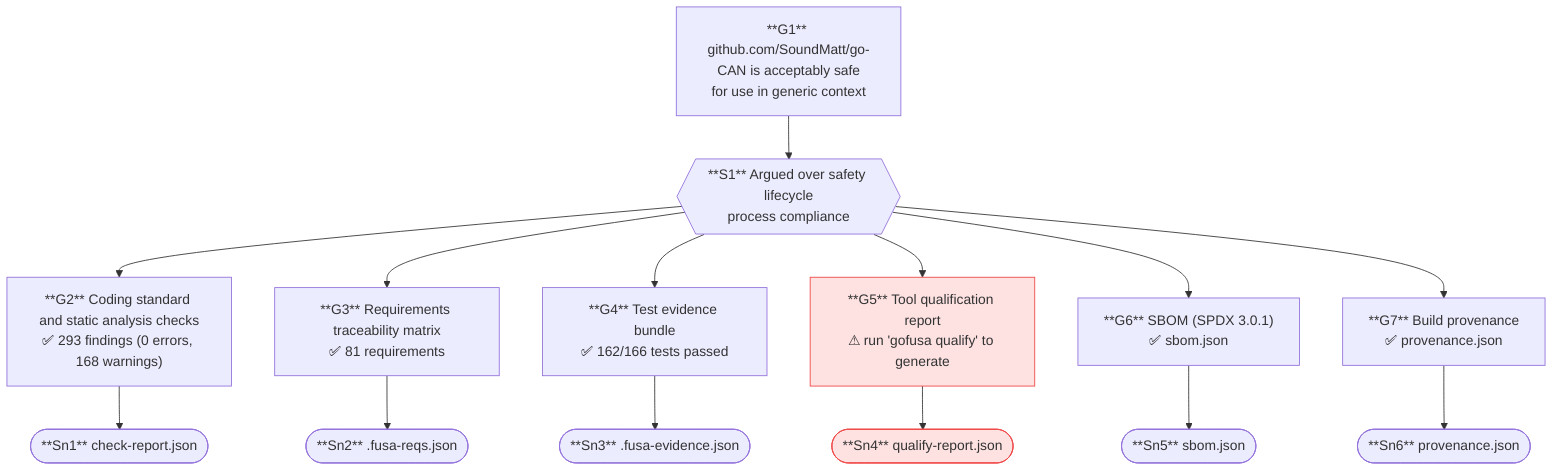
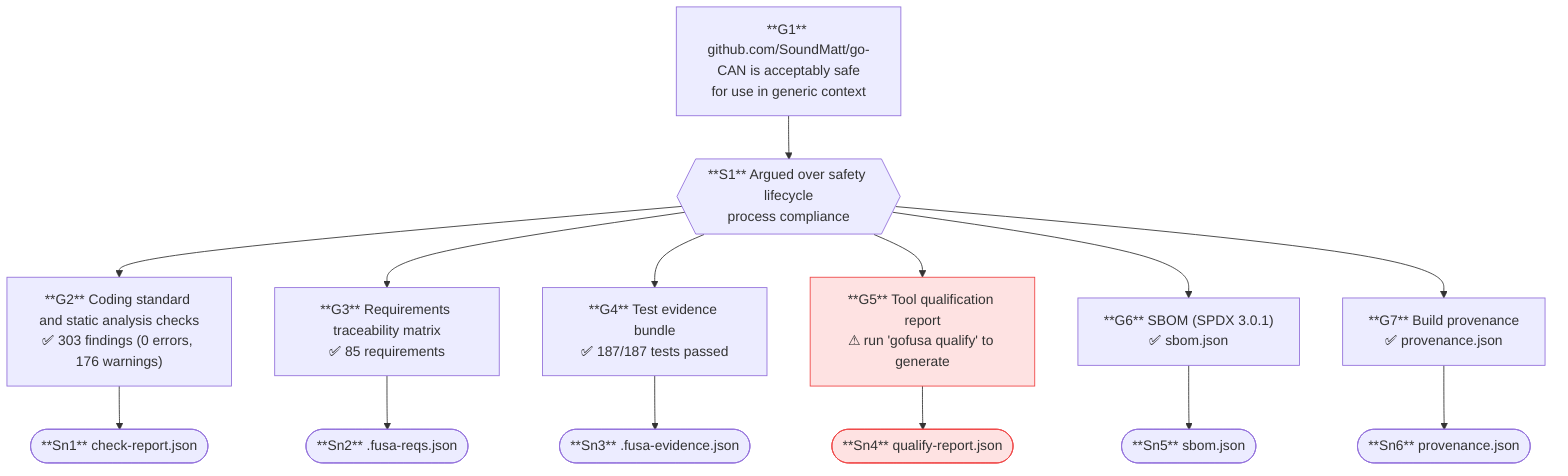
flowchart TD
    G1["**G1** github.com/SoundMatt/go-CAN is acceptably safe\nfor use in generic context"]
    S1{{"**S1** Argued over safety lifecycle\nprocess compliance"}}
-     G2["**G2** Coding standard and static analysis checks\n✅ 293 findings (0 errors, 168 warnings)"]
+     G2["**G2** Coding standard and static analysis checks\n✅ 303 findings (0 errors, 176 warnings)"]
    Sn1(["**Sn1** check-report.json"])
-     G3["**G3** Requirements traceability matrix\n✅ 81 requirements"]
+     G3["**G3** Requirements traceability matrix\n✅ 85 requirements"]
    Sn2(["**Sn2** .fusa-reqs.json"])
-     G4["**G4** Test evidence bundle\n✅ 162/166 tests passed"]
+     G4["**G4** Test evidence bundle\n✅ 187/187 tests passed"]
    Sn3(["**Sn3** .fusa-evidence.json"])
    G5["**G5** Tool qualification report\n⚠ run 'gofusa qualify' to generate"]
    Sn4(["**Sn4** qualify-report.json"])
    G6["**G6** SBOM (SPDX 3.0.1)\n✅ sbom.json"]
    Sn5(["**Sn5** sbom.json"])
    G7["**G7** Build provenance\n✅ provenance.json"]
    Sn6(["**Sn6** provenance.json"])
    G1 --> S1
    S1 --> G2
    S1 --> G3
    S1 --> G4
    S1 --> G5
    S1 --> G6
    S1 --> G7
    G2 --> Sn1
    G3 --> Sn2
    G4 --> Sn3
    G5 --> Sn4
    G6 --> Sn5
    G7 --> Sn6
    style G5 fill:#fee2e2,stroke:#ef4444
    style Sn4 fill:#fee2e2,stroke:#ef4444
